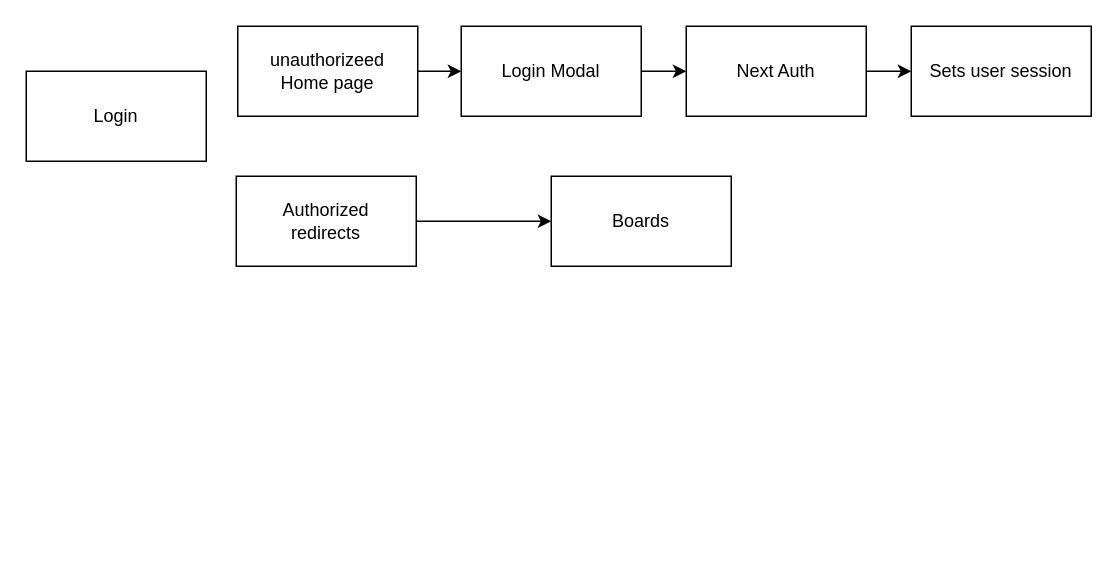
eric-nichols-nyc/trello-gpt3 keeps this draw.io diagram as public/Untitled Diagram.drawio. Above is the earlier version. Source tidied: cells renumbered, new cells numbered last; positions are measured from the earlier drawing's top-left corner, leaving out a move shared by most shapes. Both pictures are drawn from the tidied source at 150%, with x=0, y=0 at pixel (26, 26).
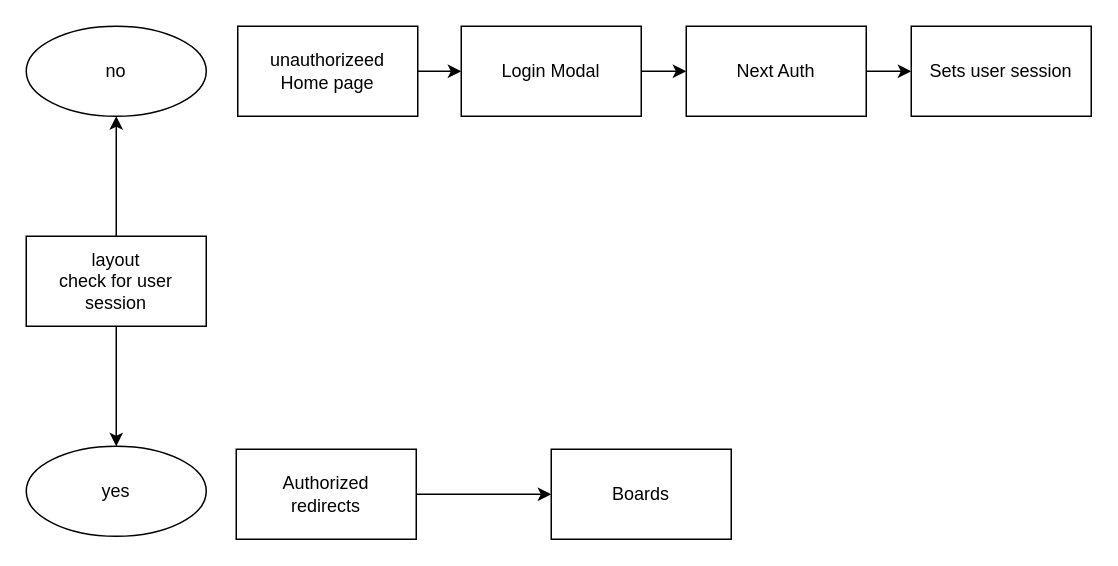
The same diagram, later.

Change to the diagram source:
```diff
@@
 <mxGraphModel>
   <root>
     <mxCell id="0" />
     <mxCell id="1" parent="0" />
+    <mxCell id="13" style="edgeStyle=orthogonalEdgeStyle;rounded=0;jettySize=auto;html=1;" parent="1" edge="1" source="2" target="15">
+      <mxGeometry relative="1" as="geometry" />
+    </mxCell>
+    <mxCell id="14" style="edgeStyle=orthogonalEdgeStyle;rounded=0;jettySize=auto;html=1;" parent="1" edge="1" source="2" target="16">
+      <mxGeometry relative="1" as="geometry" />
+    </mxCell>
-    <mxCell id="2" value="Login" style="rounded=0;whiteSpace=wrap;html=1;" parent="1" vertex="1">
-      <mxGeometry y="30" width="120" height="60" as="geometry" />
+    <mxCell id="2" value="layout&lt;br&gt;check for user session" style="rounded=0;whiteSpace=wrap;html=1;" parent="1" vertex="1">
+      <mxGeometry y="140" width="120" height="60" as="geometry" />
     </mxCell>
     <mxCell id="3" style="edgeStyle=orthogonalEdgeStyle;rounded=0;jettySize=auto;html=1;" parent="1" edge="1" source="4" target="12">
       <mxGeometry relative="1" as="geometry" />
     </mxCell>
     <mxCell id="4" value="Authorized&lt;br&gt;redirects" style="rounded=0;whiteSpace=wrap;html=1;" parent="1" vertex="1">
-      <mxGeometry x="140" y="100" width="120" height="60" as="geometry" />
+      <mxGeometry x="140" y="282" width="120" height="60" as="geometry" />
     </mxCell>
     <mxCell id="5" style="edgeStyle=orthogonalEdgeStyle;rounded=0;jettySize=auto;html=1;" parent="1" edge="1" source="6" target="8">
       <mxGeometry relative="1" as="geometry" />
     </mxCell>
     <mxCell id="6" value="unauthorizeed&lt;br&gt;Home page" style="rounded=0;whiteSpace=wrap;html=1;" parent="1" vertex="1">
       <mxGeometry x="141" width="120" height="60" as="geometry" />
     </mxCell>
     <mxCell id="7" style="edgeStyle=orthogonalEdgeStyle;rounded=0;jettySize=auto;html=1;" parent="1" edge="1" source="8" target="10">
       <mxGeometry relative="1" as="geometry" />
     </mxCell>
     <mxCell id="8" value="Login Modal" style="rounded=0;whiteSpace=wrap;html=1;" parent="1" vertex="1">
       <mxGeometry x="290" width="120" height="60" as="geometry" />
     </mxCell>
     <mxCell id="9" style="edgeStyle=orthogonalEdgeStyle;rounded=0;jettySize=auto;html=1;" parent="1" edge="1" source="10" target="11">
       <mxGeometry relative="1" as="geometry" />
     </mxCell>
     <mxCell id="10" value="Next Auth" style="rounded=0;whiteSpace=wrap;html=1;" parent="1" vertex="1">
       <mxGeometry x="440" width="120" height="60" as="geometry" />
     </mxCell>
     <mxCell id="11" value="Sets user session" style="rounded=0;whiteSpace=wrap;html=1;" parent="1" vertex="1">
       <mxGeometry x="590" width="120" height="60" as="geometry" />
     </mxCell>
     <mxCell id="12" value="Boards" style="rounded=0;whiteSpace=wrap;html=1;" parent="1" vertex="1">
-      <mxGeometry x="350" y="100" width="120" height="60" as="geometry" />
+      <mxGeometry x="350" y="282" width="120" height="60" as="geometry" />
     </mxCell>
+    <mxCell id="15" value="yes" style="ellipse;whiteSpace=wrap;html=1;rounded=0;" parent="1" vertex="1">
+      <mxGeometry y="280" width="120" height="60" as="geometry" />
+    </mxCell>
+    <mxCell id="16" value="no" style="ellipse;whiteSpace=wrap;html=1;rounded=0;" parent="1" vertex="1">
+      <mxGeometry width="120" height="60" as="geometry" />
+    </mxCell>
   </root>
 </mxGraphModel>
```
